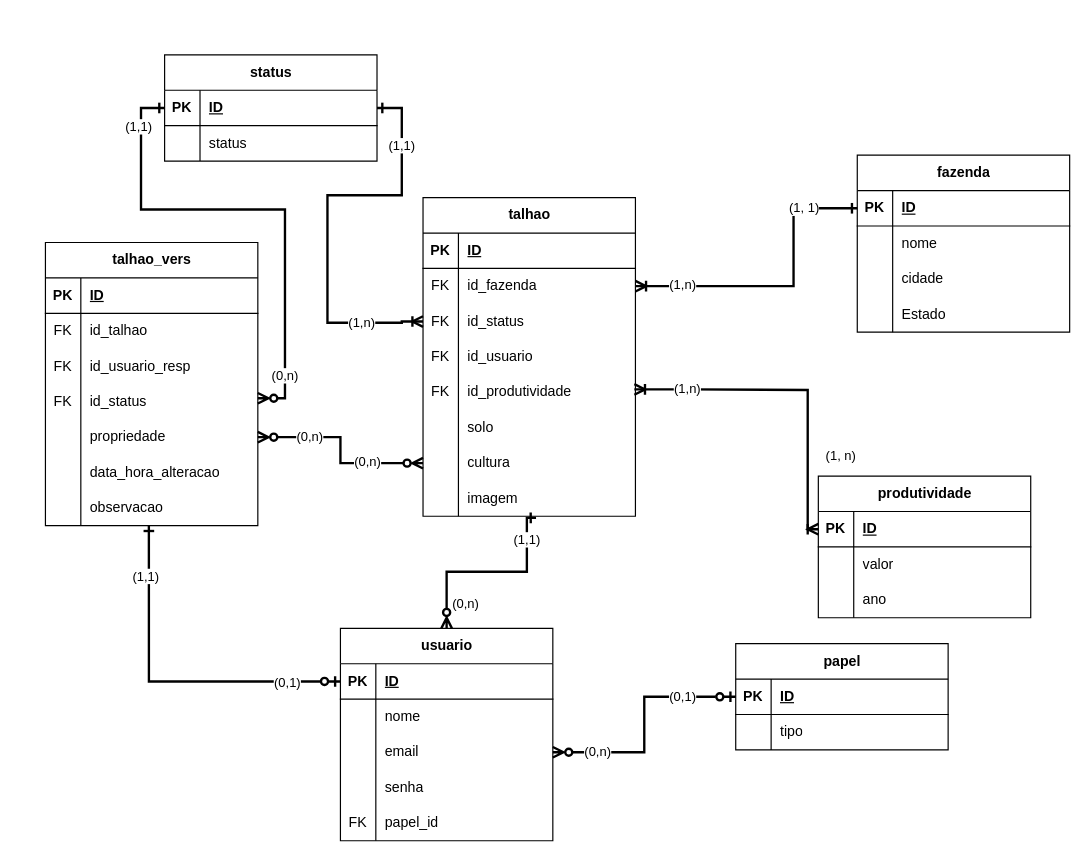
The draw.io diagram Diagrama entidade.drawio in Morpheus-Fatec/API_4S_Visiona_PolygonEditor, before the edit. Source tidied: cells renumbered, new cells numbered last; positions are measured from the earlier drawing's top-left corner, leaving out a move shared by most shapes. Both pictures are drawn from the tidied source at 118%, with x=0, y=0 at pixel (45, 54).
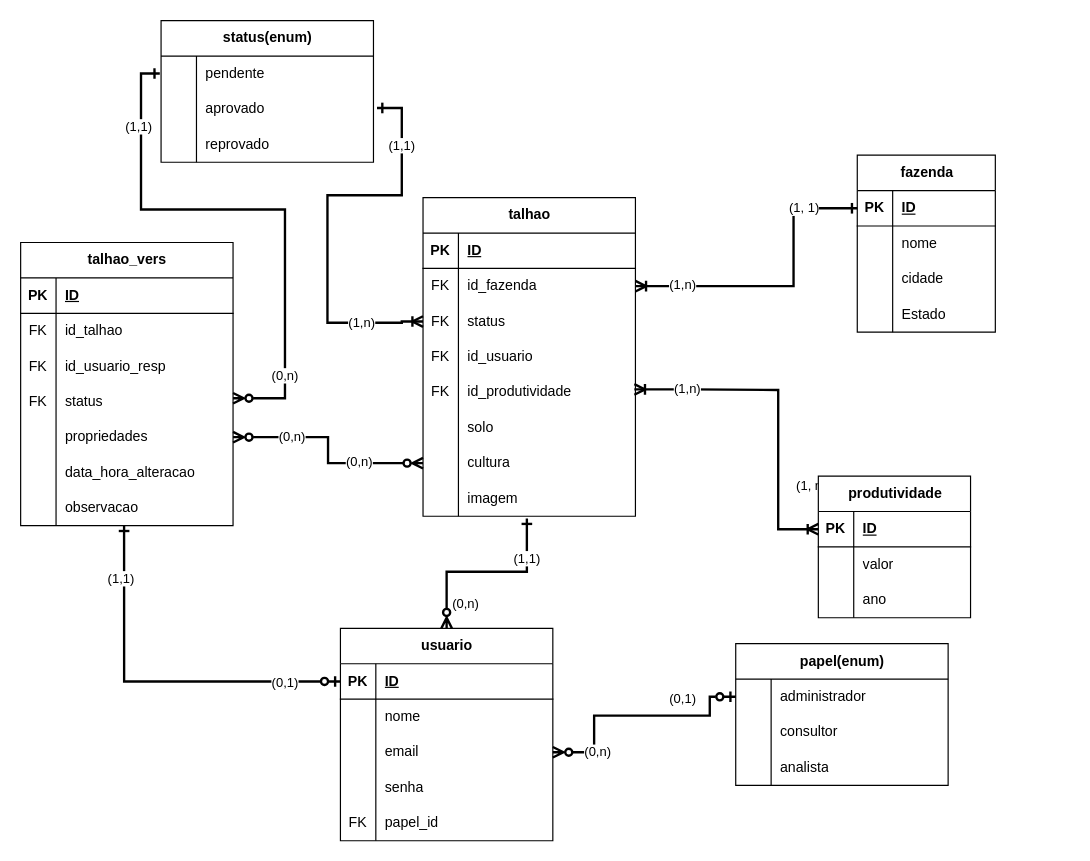
The same diagram, later.

Commit message:
atualizado diagrama

The change refers to these unchanged cells:
```xml
<mxCell id="9" style="shape=tableRow;horizontal=0;startSize=0;swimlaneHead=0;swimlaneBody=0;fillColor=none;points=[[0,0.5],[1,0.5]];portConstraint=eastwest;top=0;left=0;right=0;bottom=0;" parent="2" vertex="1">
  <mxGeometry y="90" width="180" height="30" as="geometry" />
</mxCell>
<mxCell id="15" style="shape=tableRow;horizontal=0;startSize=0;swimlaneHead=0;swimlaneBody=0;fillColor=none;points=[[0,0.5],[1,0.5]];portConstraint=eastwest;top=0;left=0;right=0;bottom=0;" parent="2" vertex="1">
  <mxGeometry y="150" width="180" height="30" as="geometry" />
</mxCell>
<mxCell id="24" style="shape=tableRow;horizontal=0;startSize=0;swimlaneHead=0;swimlaneBody=0;fillColor=none;points=[[0,0.5],[1,0.5]];portConstraint=eastwest;top=0;left=0;right=0;bottom=0;" parent="2" vertex="1">
  <mxGeometry y="240" width="180" height="30" as="geometry" />
</mxCell>
<mxCell id="53" value="usuario" style="shape=table;startSize=30;childLayout=tableLayout;rowLines=0;fontStyle=1;align=center;html=1;" parent="1" vertex="1">
  <mxGeometry x="250" y="486" width="180" height="180" as="geometry" />
</mxCell>
<mxCell id="60" style="shape=tableRow;horizontal=0;startSize=0;swimlaneHead=0;swimlaneBody=0;fillColor=none;points=[[0,0.5],[1,0.5]];portConstraint=eastwest;top=0;left=0;right=0;bottom=0;" parent="53" vertex="1">
  <mxGeometry y="90" width="180" height="30" as="geometry" />
</mxCell>
<mxCell id="105" style="shape=tableRow;horizontal=0;startSize=0;swimlaneHead=0;swimlaneBody=0;fillColor=none;points=[[0,0.5],[1,0.5]];portConstraint=eastwest;top=0;left=0;right=0;bottom=0;" parent="95" vertex="1">
  <mxGeometry y="120" width="180" height="30" as="geometry" />
</mxCell>
<mxCell id="108" style="shape=tableRow;horizontal=0;startSize=0;swimlaneHead=0;swimlaneBody=0;fillColor=none;points=[[0,0.5],[1,0.5]];portConstraint=eastwest;top=0;left=0;right=0;bottom=0;" parent="95" vertex="1">
  <mxGeometry y="150" width="180" height="30" as="geometry" />
</mxCell>
```

What changed in the source:
```diff
@@
-    <mxCell id="11" value="id_status" style="shape=partialRectangle;fillColor=none;top=0;left=0;bottom=0;right=0;align=left;spacingLeft=6;overflow=hidden;whiteSpace=wrap;html=1;" parent="9" vertex="1">
+    <mxCell id="11" value="status" style="shape=partialRectangle;fillColor=none;top=0;left=0;bottom=0;right=0;align=left;spacingLeft=6;overflow=hidden;whiteSpace=wrap;html=1;" parent="9" vertex="1">
       <mxGeometry x="30" width="150" height="30" as="geometry" />
     </mxCell>
@@
     <mxCell id="27" style="edgeStyle=orthogonalEdgeStyle;rounded=0;jettySize=auto;html=1;strokeWidth=2;endArrow=ERoneToMany;endFill=0;startArrow=ERoneToMany;startFill=0;exitX=0.995;exitY=0.417;exitDx=0;exitDy=0;exitPerimeter=0;entryX=0;entryY=0.5;entryDx=0;entryDy=0;" parent="1" edge="1" source="15" target="44">
       <mxGeometry relative="1" as="geometry">
         <Array as="points">
           <mxPoint x="547" y="284" />
-          <mxPoint x="646" y="284" />
-          <mxPoint x="646" y="402" />
+          <mxPoint x="621" y="284" />
+          <mxPoint x="621" y="402" />
         </Array>
       </mxGeometry>
     </mxCell>
@@
     <mxCell id="30" value="fazenda" style="shape=table;startSize=30;childLayout=tableLayout;rowLines=0;fontStyle=1;align=center;html=1;" parent="1" vertex="1">
-      <mxGeometry x="688" y="85" width="180" height="150" as="geometry" />
+      <mxGeometry x="688" y="85" width="117" height="150" as="geometry" />
     </mxCell>
     <mxCell id="31" style="shape=tableRow;horizontal=0;startSize=0;swimlaneHead=0;swimlaneBody=0;fillColor=none;points=[[0,0.5],[1,0.5]];portConstraint=eastwest;top=0;left=0;right=0;bottom=1;" parent="30" vertex="1">
-      <mxGeometry y="30" width="180" height="30" as="geometry" />
+      <mxGeometry y="30" width="117" height="30" as="geometry" />
     </mxCell>
@@
     <mxCell id="33" value="ID" style="shape=partialRectangle;fillColor=none;top=0;left=0;bottom=0;right=0;align=left;spacingLeft=6;fontStyle=5;overflow=hidden;whiteSpace=wrap;html=1;" parent="31" vertex="1">
-      <mxGeometry x="30" width="150" height="30" as="geometry" />
+      <mxGeometry x="30" width="87" height="30" as="geometry" />
     </mxCell>
     <mxCell id="34" style="shape=tableRow;horizontal=0;startSize=0;swimlaneHead=0;swimlaneBody=0;fillColor=none;top=0;left=0;right=0;bottom=0;" parent="30" vertex="1">
-      <mxGeometry y="60" width="180" height="30" as="geometry" />
+      <mxGeometry y="60" width="117" height="30" as="geometry" />
     </mxCell>
@@
     <mxCell id="36" value="nome" style="shape=partialRectangle;fillColor=none;top=0;left=0;bottom=0;right=0;align=left;spacingLeft=6;overflow=hidden;whiteSpace=wrap;html=1;" parent="34" vertex="1">
-      <mxGeometry x="30" width="150" height="30" as="geometry" />
+      <mxGeometry x="30" width="87" height="30" as="geometry" />
     </mxCell>
     <mxCell id="37" style="shape=tableRow;horizontal=0;startSize=0;swimlaneHead=0;swimlaneBody=0;fillColor=none;top=0;left=0;right=0;bottom=0;" parent="30" vertex="1">
-      <mxGeometry y="90" width="180" height="30" as="geometry" />
+      <mxGeometry y="90" width="117" height="30" as="geometry" />
     </mxCell>
@@
     <mxCell id="39" value="cidade" style="shape=partialRectangle;fillColor=none;top=0;left=0;bottom=0;right=0;align=left;spacingLeft=6;overflow=hidden;whiteSpace=wrap;html=1;" parent="37" vertex="1">
-      <mxGeometry x="30" width="150" height="30" as="geometry" />
+      <mxGeometry x="30" width="87" height="30" as="geometry" />
     </mxCell>
     <mxCell id="40" style="shape=tableRow;horizontal=0;startSize=0;swimlaneHead=0;swimlaneBody=0;fillColor=none;top=0;left=0;right=0;bottom=0;" parent="30" vertex="1">
-      <mxGeometry y="120" width="180" height="30" as="geometry" />
+      <mxGeometry y="120" width="117" height="30" as="geometry" />
     </mxCell>
@@
     <mxCell id="42" value="Estado" style="shape=partialRectangle;fillColor=none;top=0;left=0;bottom=0;right=0;align=left;spacingLeft=6;overflow=hidden;whiteSpace=wrap;html=1;" parent="40" vertex="1">
-      <mxGeometry x="30" width="150" height="30" as="geometry" />
+      <mxGeometry x="30" width="87" height="30" as="geometry" />
     </mxCell>
     <mxCell id="43" value="produtividade" style="shape=table;startSize=30;childLayout=tableLayout;rowLines=0;fontStyle=1;align=center;html=1;" parent="1" vertex="1">
-      <mxGeometry x="655" y="357" width="180" height="120" as="geometry" />
+      <mxGeometry x="655" y="357" width="129" height="120" as="geometry" />
     </mxCell>
     <mxCell id="44" style="shape=tableRow;horizontal=0;startSize=0;swimlaneHead=0;swimlaneBody=0;fillColor=none;points=[[0,0.5],[1,0.5]];portConstraint=eastwest;top=0;left=0;right=0;bottom=1;" parent="43" vertex="1">
-      <mxGeometry y="30" width="180" height="30" as="geometry" />
+      <mxGeometry y="30" width="129" height="30" as="geometry" />
     </mxCell>
@@
     <mxCell id="46" value="ID" style="shape=partialRectangle;fillColor=none;top=0;left=0;bottom=0;right=0;align=left;spacingLeft=6;fontStyle=5;overflow=hidden;whiteSpace=wrap;html=1;" parent="44" vertex="1">
-      <mxGeometry x="30" width="150" height="30" as="geometry" />
+      <mxGeometry x="30" width="99" height="30" as="geometry" />
     </mxCell>
     <mxCell id="47" style="shape=tableRow;horizontal=0;startSize=0;swimlaneHead=0;swimlaneBody=0;fillColor=none;top=0;left=0;right=0;bottom=0;" parent="43" vertex="1">
-      <mxGeometry y="60" width="180" height="30" as="geometry" />
+      <mxGeometry y="60" width="129" height="30" as="geometry" />
     </mxCell>
@@
     <mxCell id="49" value="valor" style="shape=partialRectangle;fillColor=none;top=0;left=0;bottom=0;right=0;align=left;spacingLeft=6;overflow=hidden;whiteSpace=wrap;html=1;" parent="47" vertex="1">
-      <mxGeometry x="30" width="150" height="30" as="geometry" />
+      <mxGeometry x="30" width="99" height="30" as="geometry" />
     </mxCell>
     <mxCell id="50" style="shape=tableRow;horizontal=0;startSize=0;swimlaneHead=0;swimlaneBody=0;fillColor=none;top=0;left=0;right=0;bottom=0;" parent="43" vertex="1">
-      <mxGeometry y="90" width="180" height="30" as="geometry" />
+      <mxGeometry y="90" width="129" height="30" as="geometry" />
     </mxCell>
@@
     <mxCell id="52" value="ano" style="shape=partialRectangle;fillColor=none;top=0;left=0;bottom=0;right=0;align=left;spacingLeft=6;overflow=hidden;whiteSpace=wrap;html=1;" parent="50" vertex="1">
-      <mxGeometry x="30" width="150" height="30" as="geometry" />
+      <mxGeometry x="30" width="99" height="30" as="geometry" />
     </mxCell>
@@
-    <mxCell id="69" value="papel" style="shape=table;startSize=30;childLayout=tableLayout;rowLines=0;fontStyle=1;align=center;html=1;" parent="1" vertex="1">
-      <mxGeometry x="585" y="499" width="180" height="90" as="geometry" />
+    <mxCell id="69" value="papel(enum)" style="shape=table;startSize=30;childLayout=tableLayout;rowLines=0;fontStyle=1;align=center;html=1;" parent="1" vertex="1">
+      <mxGeometry x="585" y="499" width="180" height="120" as="geometry" />
     </mxCell>
-    <mxCell id="70" style="shape=tableRow;horizontal=0;startSize=0;swimlaneHead=0;swimlaneBody=0;fillColor=none;points=[[0,0.5],[1,0.5]];portConstraint=eastwest;top=0;left=0;right=0;bottom=1;" parent="69" vertex="1">
-      <mxGeometry y="30" width="180" height="30" as="geometry" />
-    </mxCell>
-    <mxCell id="71" value="PK" style="shape=partialRectangle;fillColor=none;top=0;left=0;bottom=0;right=0;fontStyle=1;overflow=hidden;whiteSpace=wrap;html=1;" parent="70" vertex="1">
-      <mxGeometry width="30" height="30" as="geometry" />
-    </mxCell>
-    <mxCell id="72" value="ID" style="shape=partialRectangle;fillColor=none;top=0;left=0;bottom=0;right=0;align=left;spacingLeft=6;fontStyle=5;overflow=hidden;whiteSpace=wrap;html=1;" parent="70" vertex="1">
-      <mxGeometry x="30" width="150" height="30" as="geometry" />
-    </mxCell>
     <mxCell id="73" style="shape=tableRow;horizontal=0;startSize=0;swimlaneHead=0;swimlaneBody=0;fillColor=none;top=0;left=0;right=0;bottom=0;" parent="69" vertex="1">
-      <mxGeometry y="60" width="180" height="30" as="geometry" />
+      <mxGeometry y="30" width="180" height="30" as="geometry" />
     </mxCell>
@@
-    <mxCell id="75" value="tipo" style="shape=partialRectangle;fillColor=none;top=0;left=0;bottom=0;right=0;align=left;spacingLeft=6;overflow=hidden;whiteSpace=wrap;html=1;" parent="73" vertex="1">
+    <mxCell id="75" value="administrador" style="shape=partialRectangle;fillColor=none;top=0;left=0;bottom=0;right=0;align=left;spacingLeft=6;overflow=hidden;whiteSpace=wrap;html=1;" parent="73" vertex="1">
       <mxGeometry x="30" width="150" height="30" as="geometry" />
     </mxCell>
+    <mxCell id="126" style="shape=tableRow;horizontal=0;startSize=0;swimlaneHead=0;swimlaneBody=0;fillColor=none;top=0;left=0;right=0;bottom=0;" parent="69" vertex="1">
+      <mxGeometry y="60" width="180" height="30" as="geometry" />
+    </mxCell>
+    <mxCell id="127" style="shape=partialRectangle;fillColor=none;top=0;left=0;bottom=0;right=0;overflow=hidden;whiteSpace=wrap;html=1;" parent="126" vertex="1">
+      <mxGeometry width="30" height="30" as="geometry" />
+    </mxCell>
+    <mxCell id="128" value="consultor" style="shape=partialRectangle;fillColor=none;top=0;left=0;bottom=0;right=0;align=left;spacingLeft=6;overflow=hidden;whiteSpace=wrap;html=1;" parent="126" vertex="1">
+      <mxGeometry x="30" width="150" height="30" as="geometry" />
+    </mxCell>
+    <mxCell id="129" style="shape=tableRow;horizontal=0;startSize=0;swimlaneHead=0;swimlaneBody=0;fillColor=none;top=0;left=0;right=0;bottom=0;" parent="69" vertex="1">
+      <mxGeometry y="90" width="180" height="30" as="geometry" />
+    </mxCell>
+    <mxCell id="130" style="shape=partialRectangle;fillColor=none;top=0;left=0;bottom=0;right=0;overflow=hidden;whiteSpace=wrap;html=1;" parent="129" vertex="1">
+      <mxGeometry width="30" height="30" as="geometry" />
+    </mxCell>
+    <mxCell id="131" value="analista" style="shape=partialRectangle;fillColor=none;top=0;left=0;bottom=0;right=0;align=left;spacingLeft=6;overflow=hidden;whiteSpace=wrap;html=1;" parent="129" vertex="1">
+      <mxGeometry x="30" width="150" height="30" as="geometry" />
+    </mxCell>
-    <mxCell id="76" value="status" style="shape=table;startSize=30;childLayout=tableLayout;rowLines=0;fontStyle=1;align=center;html=1;" parent="1" vertex="1">
-      <mxGeometry x="101" width="180" height="90" as="geometry" />
+    <mxCell id="76" value="status(enum)" style="shape=table;startSize=30;childLayout=tableLayout;rowLines=0;fontStyle=1;align=center;html=1;" parent="1" vertex="1">
+      <mxGeometry x="98" y="-29" width="180" height="120" as="geometry" />
     </mxCell>
-    <mxCell id="77" style="shape=tableRow;horizontal=0;startSize=0;swimlaneHead=0;swimlaneBody=0;fillColor=none;points=[[0,0.5],[1,0.5]];portConstraint=eastwest;top=0;left=0;right=0;bottom=1;" parent="76" vertex="1">
-      <mxGeometry y="30" width="180" height="30" as="geometry" />
-    </mxCell>
-    <mxCell id="78" value="PK" style="shape=partialRectangle;fillColor=none;top=0;left=0;bottom=0;right=0;fontStyle=1;overflow=hidden;whiteSpace=wrap;html=1;" parent="77" vertex="1">
-      <mxGeometry width="30" height="30" as="geometry" />
-    </mxCell>
-    <mxCell id="79" value="ID" style="shape=partialRectangle;fillColor=none;top=0;left=0;bottom=0;right=0;align=left;spacingLeft=6;fontStyle=5;overflow=hidden;whiteSpace=wrap;html=1;" parent="77" vertex="1">
-      <mxGeometry x="30" width="150" height="30" as="geometry" />
-    </mxCell>
     <mxCell id="80" style="shape=tableRow;horizontal=0;startSize=0;swimlaneHead=0;swimlaneBody=0;fillColor=none;points=[[0,0.5],[1,0.5]];portConstraint=eastwest;top=0;left=0;right=0;bottom=0;" parent="76" vertex="1">
-      <mxGeometry y="60" width="180" height="30" as="geometry" />
+      <mxGeometry y="30" width="180" height="30" as="geometry" />
     </mxCell>
@@
-    <mxCell id="82" value="status" style="shape=partialRectangle;fillColor=none;top=0;left=0;bottom=0;right=0;align=left;spacingLeft=6;overflow=hidden;whiteSpace=wrap;html=1;" parent="80" vertex="1">
+    <mxCell id="82" value="pendente" style="shape=partialRectangle;fillColor=none;top=0;left=0;bottom=0;right=0;align=left;spacingLeft=6;overflow=hidden;whiteSpace=wrap;html=1;" parent="80" vertex="1">
       <mxGeometry x="30" width="150" height="30" as="geometry" />
     </mxCell>
+    <mxCell id="132" style="shape=tableRow;horizontal=0;startSize=0;swimlaneHead=0;swimlaneBody=0;fillColor=none;top=0;left=0;right=0;bottom=0;" parent="76" vertex="1">
+      <mxGeometry y="60" width="180" height="30" as="geometry" />
+    </mxCell>
+    <mxCell id="133" style="shape=partialRectangle;fillColor=none;top=0;left=0;bottom=0;right=0;overflow=hidden;whiteSpace=wrap;html=1;" parent="132" vertex="1">
+      <mxGeometry width="30" height="30" as="geometry" />
+    </mxCell>
+    <mxCell id="134" value="aprovado" style="shape=partialRectangle;fillColor=none;top=0;left=0;bottom=0;right=0;align=left;spacingLeft=6;overflow=hidden;whiteSpace=wrap;html=1;" parent="132" vertex="1">
+      <mxGeometry x="30" width="150" height="30" as="geometry" />
+    </mxCell>
+    <mxCell id="135" style="shape=tableRow;horizontal=0;startSize=0;swimlaneHead=0;swimlaneBody=0;fillColor=none;top=0;left=0;right=0;bottom=0;" parent="76" vertex="1">
+      <mxGeometry y="90" width="180" height="30" as="geometry" />
+    </mxCell>
+    <mxCell id="136" style="shape=partialRectangle;fillColor=none;top=0;left=0;bottom=0;right=0;overflow=hidden;whiteSpace=wrap;html=1;" parent="135" vertex="1">
+      <mxGeometry width="30" height="30" as="geometry" />
+    </mxCell>
+    <mxCell id="137" value="reprovado" style="shape=partialRectangle;fillColor=none;top=0;left=0;bottom=0;right=0;align=left;spacingLeft=6;overflow=hidden;whiteSpace=wrap;html=1;" parent="135" vertex="1">
+      <mxGeometry x="30" width="150" height="30" as="geometry" />
+    </mxCell>
-    <mxCell id="83" style="edgeStyle=orthogonalEdgeStyle;rounded=0;jettySize=auto;html=1;exitX=1;exitY=0.5;exitDx=0;exitDy=0;entryX=0;entryY=0.5;entryDx=0;entryDy=0;strokeWidth=2;endArrow=ERzeroToOne;endFill=0;startArrow=ERzeroToMany;startFill=0;" parent="1" edge="1" source="60" target="70">
-      <mxGeometry relative="1" as="geometry" />
+    <mxCell id="83" style="edgeStyle=orthogonalEdgeStyle;rounded=0;jettySize=auto;html=1;exitX=1;exitY=0.5;exitDx=0;exitDy=0;entryX=0;entryY=0.5;entryDx=0;entryDy=0;strokeWidth=2;endArrow=ERzeroToOne;endFill=0;startArrow=ERzeroToMany;startFill=0;" parent="1" edge="1" source="60">
+      <mxGeometry relative="1" as="geometry">
+        <mxPoint x="585" y="544" as="targetPoint" />
+        <Array as="points">
+          <mxPoint x="465" y="591" />
+          <mxPoint x="465" y="560" />
+          <mxPoint x="563" y="560" />
+          <mxPoint x="563" y="544" />
+        </Array>
+      </mxGeometry>
     </mxCell>
@@
-    <mxCell id="86" style="edgeStyle=orthogonalEdgeStyle;rounded=0;jettySize=auto;html=1;endArrow=ERone;endFill=0;startArrow=ERoneToMany;startFill=0;strokeWidth=2;entryX=1;entryY=0.5;entryDx=0;entryDy=0;exitX=0;exitY=0.5;exitDx=0;exitDy=0;" parent="1" edge="1" source="9" target="77">
+    <mxCell id="86" style="edgeStyle=orthogonalEdgeStyle;rounded=0;jettySize=auto;html=1;endArrow=ERone;endFill=0;startArrow=ERoneToMany;startFill=0;strokeWidth=2;entryX=1;entryY=0.5;entryDx=0;entryDy=0;exitX=0;exitY=0.5;exitDx=0;exitDy=0;" parent="1" edge="1" source="9">
       <mxGeometry relative="1" as="geometry">
+        <mxPoint x="281" y="45" as="targetPoint" />
         <Array as="points">
           <mxPoint x="302" y="226" />
           <mxPoint x="239" y="227" />
           <mxPoint x="239" y="119" />
           <mxPoint x="302" y="119" />
           <mxPoint x="302" y="45" />
         </Array>
       </mxGeometry>
     </mxCell>
@@
     <mxCell id="95" value="talhao_vers" style="shape=table;startSize=30;childLayout=tableLayout;rowLines=0;fontStyle=1;align=center;html=1;" parent="1" vertex="1">
-      <mxGeometry y="159" width="180" height="240" as="geometry" />
+      <mxGeometry x="-21" y="159" width="180" height="240" as="geometry" />
     </mxCell>
@@
-    <mxCell id="107" value="id_status" style="shape=partialRectangle;fillColor=none;top=0;left=0;bottom=0;right=0;align=left;spacingLeft=6;overflow=hidden;whiteSpace=wrap;html=1;" parent="105" vertex="1">
+    <mxCell id="107" value="status" style="shape=partialRectangle;fillColor=none;top=0;left=0;bottom=0;right=0;align=left;spacingLeft=6;overflow=hidden;whiteSpace=wrap;html=1;" parent="105" vertex="1">
       <mxGeometry x="30" width="150" height="30" as="geometry" />
     </mxCell>
@@
-    <mxCell id="110" value="propriedade" style="shape=partialRectangle;fillColor=none;top=0;left=0;bottom=0;right=0;align=left;spacingLeft=6;overflow=hidden;whiteSpace=wrap;html=1;" parent="108" vertex="1">
+    <mxCell id="110" value="propriedades" style="shape=partialRectangle;fillColor=none;top=0;left=0;bottom=0;right=0;align=left;spacingLeft=6;overflow=hidden;whiteSpace=wrap;html=1;" parent="108" vertex="1">
       <mxGeometry x="30" width="150" height="30" as="geometry" />
     </mxCell>
@@
-    <mxCell id="120" style="edgeStyle=orthogonalEdgeStyle;rounded=0;jettySize=auto;html=1;entryX=0;entryY=0.5;entryDx=0;entryDy=0;endArrow=ERone;endFill=0;strokeWidth=2;startArrow=ERzeroToMany;startFill=0;" parent="1" edge="1" source="105" target="76">
+    <mxCell id="120" style="edgeStyle=orthogonalEdgeStyle;rounded=0;jettySize=auto;html=1;endArrow=ERone;endFill=0;strokeWidth=2;startArrow=ERzeroToMany;startFill=0;entryX=-0.006;entryY=0.492;entryDx=0;entryDy=0;entryPerimeter=0;" parent="1" edge="1" source="105" target="80">
       <mxGeometry relative="1" as="geometry">
         <Array as="points">
           <mxPoint x="203" y="291" />
           <mxPoint x="203" y="131" />
           <mxPoint x="81" y="131" />
-          <mxPoint x="81" y="45" />
+          <mxPoint x="81" y="16" />
         </Array>
       </mxGeometry>
     </mxCell>
@@
-    <mxCell id="123" style="edgeStyle=orthogonalEdgeStyle;rounded=0;jettySize=auto;html=1;entryX=0.532;entryY=1.045;entryDx=0;entryDy=0;entryPerimeter=0;strokeWidth=2;endArrow=ERone;endFill=0;startArrow=ERzeroToMany;startFill=0;" parent="1" edge="1" source="53" target="24">
+    <mxCell id="123" style="edgeStyle=orthogonalEdgeStyle;rounded=0;jettySize=auto;html=1;strokeWidth=2;endArrow=ERone;endFill=0;startArrow=ERzeroToMany;startFill=0;" parent="1" edge="1" source="53">
       <mxGeometry relative="1" as="geometry">
+        <mxPoint x="408" y="393" as="targetPoint" />
         <Array as="points">
           <mxPoint x="340" y="438" />
           <mxPoint x="408" y="438" />
-          <mxPoint x="408" y="392" />
         </Array>
       </mxGeometry>
     </mxCell>
@@
     <mxCell id="125" value="(1,1)" style="edgeLabel;html=1;align=center;verticalAlign=middle;" parent="1" vertex="1">
-      <mxGeometry x="521" y="274" as="geometry">
+      <mxGeometry x="521" y="290" as="geometry">
         <mxPoint x="-114" y="136" as="offset" />
       </mxGeometry>
     </mxCell>
```
